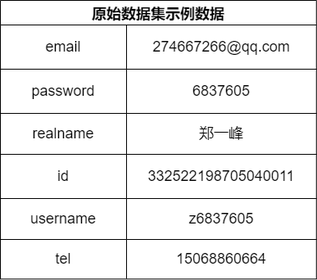
This is dataChange.drawio.png from lakomi/pictures, a draw.io export, as it was before one commit. Source tidied: cells renumbered, new cells last; positions are measured from the earlier drawing's top-left corner, leaving out a move shared by most shapes.
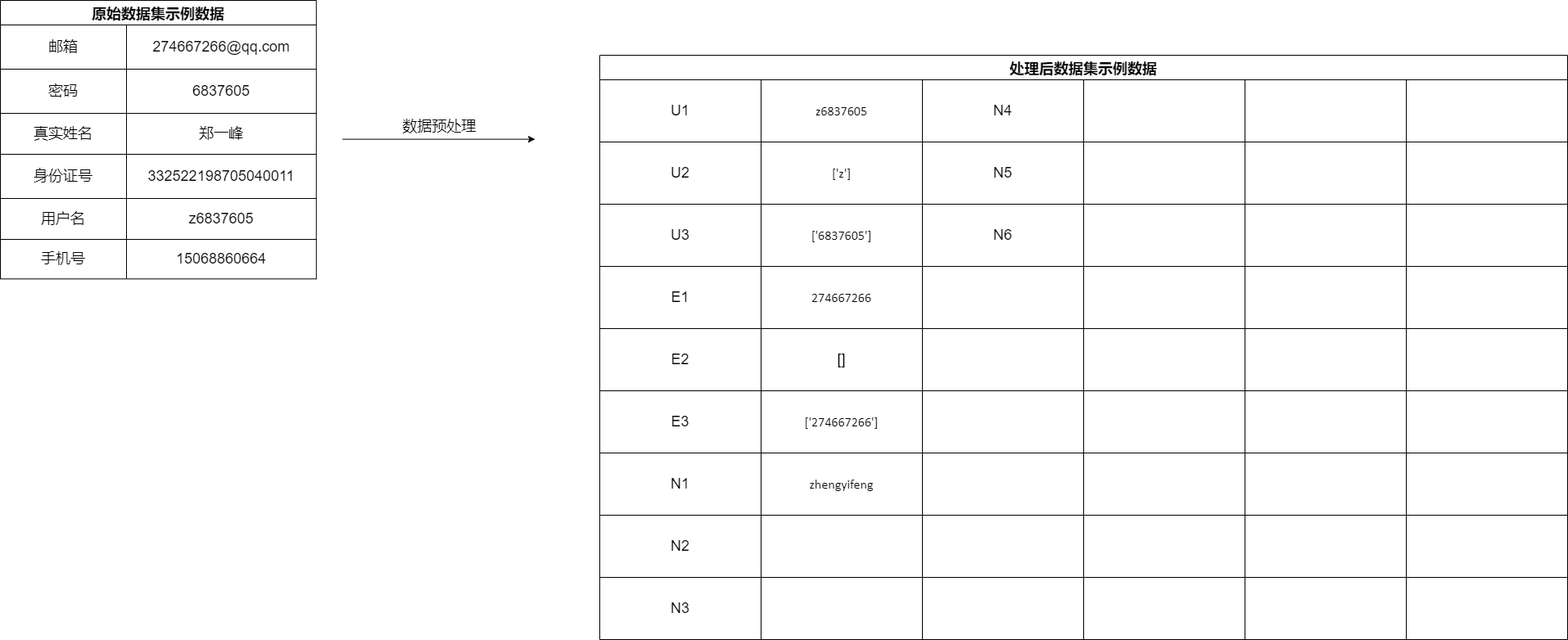
After the commit.

Change to the diagram source:
```diff
@@ -10,3 +10,3 @@
     </mxCell>
-    <mxCell id="4" value="&lt;span&gt;email&lt;/span&gt;" style="shape=partialRectangle;html=1;whiteSpace=wrap;fillColor=none;top=0;left=0;bottom=0;right=0;overflow=hidden;fontSize=18;" parent="3" vertex="1">
+    <mxCell id="4" value="邮箱" style="shape=partialRectangle;html=1;whiteSpace=wrap;fillColor=none;top=0;left=0;bottom=0;right=0;overflow=hidden;fontSize=18;" parent="3" vertex="1">
       <mxGeometry width="154" height="54" as="geometry" />
@@ -19,3 +19,3 @@
     </mxCell>
-    <mxCell id="7" value="&lt;span&gt;password&lt;/span&gt;" style="shape=partialRectangle;html=1;whiteSpace=wrap;fillColor=none;top=0;left=0;bottom=0;right=0;overflow=hidden;fontSize=18;" parent="6" vertex="1">
+    <mxCell id="7" value="&lt;span&gt;密码&lt;/span&gt;" style="shape=partialRectangle;html=1;whiteSpace=wrap;fillColor=none;top=0;left=0;bottom=0;right=0;overflow=hidden;fontSize=18;" parent="6" vertex="1">
       <mxGeometry width="154" height="54" as="geometry" />
@@ -28,3 +28,3 @@
     </mxCell>
-    <mxCell id="10" value="&lt;span&gt;realname&lt;/span&gt;" style="shape=partialRectangle;html=1;whiteSpace=wrap;fillColor=none;top=0;left=0;bottom=0;right=0;overflow=hidden;fontSize=18;" parent="9" vertex="1">
+    <mxCell id="10" value="&lt;span&gt;真实姓名&lt;/span&gt;" style="shape=partialRectangle;html=1;whiteSpace=wrap;fillColor=none;top=0;left=0;bottom=0;right=0;overflow=hidden;fontSize=18;" parent="9" vertex="1">
       <mxGeometry width="154" height="50" as="geometry" />
@@ -37,3 +37,3 @@
     </mxCell>
-    <mxCell id="13" value="&lt;span&gt;id&lt;/span&gt;" style="shape=partialRectangle;html=1;whiteSpace=wrap;fillColor=none;top=0;left=0;bottom=0;right=0;overflow=hidden;fontSize=18;" parent="12" vertex="1">
+    <mxCell id="13" value="身份证号" style="shape=partialRectangle;html=1;whiteSpace=wrap;fillColor=none;top=0;left=0;bottom=0;right=0;overflow=hidden;fontSize=18;" parent="12" vertex="1">
       <mxGeometry width="154" height="54" as="geometry" />
@@ -46,3 +46,3 @@
     </mxCell>
-    <mxCell id="16" value="&lt;span&gt;username&lt;/span&gt;" style="shape=partialRectangle;html=1;whiteSpace=wrap;fillColor=none;top=0;left=0;bottom=0;right=0;overflow=hidden;fontSize=18;" parent="15" vertex="1">
+    <mxCell id="16" value="&lt;span&gt;用户名&lt;/span&gt;" style="shape=partialRectangle;html=1;whiteSpace=wrap;fillColor=none;top=0;left=0;bottom=0;right=0;overflow=hidden;fontSize=18;" parent="15" vertex="1">
       <mxGeometry width="154" height="50" as="geometry" />
@@ -55,3 +55,3 @@
     </mxCell>
-    <mxCell id="19" value="&lt;span&gt;tel&lt;/span&gt;" style="shape=partialRectangle;html=1;whiteSpace=wrap;fillColor=none;top=0;left=0;bottom=0;right=0;overflow=hidden;fontSize=18;" parent="18" vertex="1">
+    <mxCell id="19" value="手机号" style="shape=partialRectangle;html=1;whiteSpace=wrap;fillColor=none;top=0;left=0;bottom=0;right=0;overflow=hidden;fontSize=18;" parent="18" vertex="1">
       <mxGeometry width="154" height="48" as="geometry" />
@@ -61,2 +61,205 @@
     </mxCell>
+    <mxCell id="21" style="endArrow=classic;html=1;rounded=0;fontSize=18;" parent="1" edge="1">
+      <mxGeometry relative="1" as="geometry">
+        <mxPoint x="418" y="169.6" as="sourcePoint" />
+        <mxPoint x="653" y="169.6" as="targetPoint" />
+      </mxGeometry>
+    </mxCell>
+    <mxCell id="22" value="数据预处理" style="edgeLabel;html=1;align=center;verticalAlign=middle;fontSize=18;" parent="21" vertex="1">
+      <mxGeometry relative="1" as="geometry">
+        <mxPoint y="-16" as="offset" />
+      </mxGeometry>
+    </mxCell>
+    <mxCell id="23" value="处理后数据集示例数据" style="shape=table;startSize=30;fontStyle=1;align=center;fontSize=18;" parent="1" vertex="1">
+      <mxGeometry x="732" y="67" width="1182" height="714" as="geometry" />
+    </mxCell>
+    <mxCell id="24" style="shape=tableRow;horizontal=0;startSize=0;swimlaneHead=0;swimlaneBody=0;top=0;left=0;bottom=0;right=0;fillColor=none;fontSize=18;" parent="23" vertex="1">
+      <mxGeometry y="30" width="1182" height="76" as="geometry" />
+    </mxCell>
+    <mxCell id="25" value="U1" style="shape=partialRectangle;html=1;whiteSpace=wrap;fillColor=none;top=0;left=0;bottom=0;right=0;overflow=hidden;fontSize=18;" parent="24" vertex="1">
+      <mxGeometry width="197" height="76" as="geometry" />
+    </mxCell>
+    <mxCell id="26" value="&lt;p class=&quot;MsoNormal&quot;&gt;&lt;span style=&quot;font-family: &amp;#34;calibri&amp;#34; ; font-size: 12.0000pt&quot;&gt;z6837605&lt;/span&gt;&lt;/p&gt;" style="shape=partialRectangle;html=1;whiteSpace=wrap;fillColor=none;top=0;left=0;bottom=0;right=0;overflow=hidden;fontSize=18;" parent="24" vertex="1">
+      <mxGeometry x="197" width="197" height="76" as="geometry" />
+    </mxCell>
+    <mxCell id="27" value="&lt;span&gt;N4&lt;/span&gt;" style="shape=partialRectangle;html=1;whiteSpace=wrap;fillColor=none;top=0;left=0;bottom=0;right=0;overflow=hidden;fontSize=18;" parent="24" vertex="1">
+      <mxGeometry x="394" width="197" height="76" as="geometry" />
+    </mxCell>
+    <mxCell id="28" value="&lt;p class=&quot;MsoNormal&quot;&gt;&lt;br&gt;&lt;/p&gt;" style="shape=partialRectangle;html=1;whiteSpace=wrap;fillColor=none;top=0;left=0;bottom=0;right=0;overflow=hidden;fontSize=18;" parent="24" vertex="1">
+      <mxGeometry x="591" width="197" height="76" as="geometry" />
+    </mxCell>
+    <mxCell id="29" style="shape=partialRectangle;html=1;whiteSpace=wrap;fillColor=none;top=0;left=0;bottom=0;right=0;overflow=hidden;fontSize=18;" parent="24" vertex="1">
+      <mxGeometry x="788" width="197" height="76" as="geometry" />
+    </mxCell>
+    <mxCell id="30" style="shape=partialRectangle;html=1;whiteSpace=wrap;fillColor=none;top=0;left=0;bottom=0;right=0;overflow=hidden;fontSize=18;" parent="24" vertex="1">
+      <mxGeometry x="985" width="197" height="76" as="geometry" />
+    </mxCell>
+    <mxCell id="31" style="shape=tableRow;horizontal=0;startSize=0;swimlaneHead=0;swimlaneBody=0;top=0;left=0;bottom=0;right=0;fillColor=none;fontSize=18;" parent="23" vertex="1">
+      <mxGeometry y="106" width="1182" height="76" as="geometry" />
+    </mxCell>
+    <mxCell id="32" value="U2" style="shape=partialRectangle;html=1;whiteSpace=wrap;fillColor=none;top=0;left=0;bottom=0;right=0;overflow=hidden;fontSize=18;" parent="31" vertex="1">
+      <mxGeometry width="197" height="76" as="geometry" />
+    </mxCell>
+    <mxCell id="33" value="&lt;p class=&quot;MsoNormal&quot;&gt;&lt;span style=&quot;font-family: &amp;#34;calibri&amp;#34; ; font-size: 12.0000pt&quot;&gt;['z']&lt;/span&gt;&lt;/p&gt;" style="shape=partialRectangle;html=1;whiteSpace=wrap;fillColor=none;top=0;left=0;bottom=0;right=0;overflow=hidden;fontSize=18;" parent="31" vertex="1">
+      <mxGeometry x="197" width="197" height="76" as="geometry" />
+    </mxCell>
+    <mxCell id="34" value="&lt;span&gt;N5&lt;/span&gt;" style="shape=partialRectangle;html=1;whiteSpace=wrap;fillColor=none;top=0;left=0;bottom=0;right=0;overflow=hidden;fontSize=18;" parent="31" vertex="1">
+      <mxGeometry x="394" width="197" height="76" as="geometry" />
+    </mxCell>
+    <mxCell id="35" value="&lt;p class=&quot;MsoNormal&quot;&gt;&lt;br&gt;&lt;/p&gt;" style="shape=partialRectangle;html=1;whiteSpace=wrap;fillColor=none;top=0;left=0;bottom=0;right=0;overflow=hidden;fontSize=18;" parent="31" vertex="1">
+      <mxGeometry x="591" width="197" height="76" as="geometry" />
+    </mxCell>
+    <mxCell id="36" style="shape=partialRectangle;html=1;whiteSpace=wrap;fillColor=none;top=0;left=0;bottom=0;right=0;overflow=hidden;fontSize=18;" parent="31" vertex="1">
+      <mxGeometry x="788" width="197" height="76" as="geometry" />
+    </mxCell>
+    <mxCell id="37" style="shape=partialRectangle;html=1;whiteSpace=wrap;fillColor=none;top=0;left=0;bottom=0;right=0;overflow=hidden;fontSize=18;" parent="31" vertex="1">
+      <mxGeometry x="985" width="197" height="76" as="geometry" />
+    </mxCell>
+    <mxCell id="38" style="shape=tableRow;horizontal=0;startSize=0;swimlaneHead=0;swimlaneBody=0;top=0;left=0;bottom=0;right=0;fillColor=none;fontSize=18;" parent="23" vertex="1">
+      <mxGeometry y="182" width="1182" height="76" as="geometry" />
+    </mxCell>
+    <mxCell id="39" value="U3" style="shape=partialRectangle;html=1;whiteSpace=wrap;fillColor=none;top=0;left=0;bottom=0;right=0;overflow=hidden;fontSize=18;" parent="38" vertex="1">
+      <mxGeometry width="197" height="76" as="geometry" />
+    </mxCell>
+    <mxCell id="40" value="&lt;p class=&quot;MsoNormal&quot;&gt;&lt;span style=&quot;font-family: &amp;#34;calibri&amp;#34; ; font-size: 12.0000pt&quot;&gt;['6837605']&lt;/span&gt;&lt;/p&gt;" style="shape=partialRectangle;html=1;whiteSpace=wrap;fillColor=none;top=0;left=0;bottom=0;right=0;overflow=hidden;fontSize=18;" parent="38" vertex="1">
+      <mxGeometry x="197" width="197" height="76" as="geometry" />
+    </mxCell>
+    <mxCell id="41" value="&lt;span&gt;N6&lt;/span&gt;" style="shape=partialRectangle;html=1;whiteSpace=wrap;fillColor=none;top=0;left=0;bottom=0;right=0;overflow=hidden;fontSize=18;" parent="38" vertex="1">
+      <mxGeometry x="394" width="197" height="76" as="geometry" />
+    </mxCell>
+    <mxCell id="42" style="shape=partialRectangle;html=1;whiteSpace=wrap;fillColor=none;top=0;left=0;bottom=0;right=0;overflow=hidden;fontSize=18;" parent="38" vertex="1">
+      <mxGeometry x="591" width="197" height="76" as="geometry" />
+    </mxCell>
+    <mxCell id="43" style="shape=partialRectangle;html=1;whiteSpace=wrap;fillColor=none;top=0;left=0;bottom=0;right=0;overflow=hidden;fontSize=18;" parent="38" vertex="1">
+      <mxGeometry x="788" width="197" height="76" as="geometry" />
+    </mxCell>
+    <mxCell id="44" style="shape=partialRectangle;html=1;whiteSpace=wrap;fillColor=none;top=0;left=0;bottom=0;right=0;overflow=hidden;fontSize=18;" parent="38" vertex="1">
+      <mxGeometry x="985" width="197" height="76" as="geometry" />
+    </mxCell>
+    <mxCell id="45" style="shape=tableRow;horizontal=0;startSize=0;swimlaneHead=0;swimlaneBody=0;top=0;left=0;bottom=0;right=0;fillColor=none;fontSize=18;" parent="23" vertex="1">
+      <mxGeometry y="258" width="1182" height="76" as="geometry" />
+    </mxCell>
+    <mxCell id="46" value="E1" style="shape=partialRectangle;html=1;whiteSpace=wrap;fillColor=none;top=0;left=0;bottom=0;right=0;overflow=hidden;fontSize=18;" parent="45" vertex="1">
+      <mxGeometry width="197" height="76" as="geometry" />
+    </mxCell>
+    <mxCell id="47" value="&lt;p class=&quot;MsoNormal&quot;&gt;&lt;span style=&quot;font-family: &amp;#34;calibri&amp;#34; ; font-size: 12.0000pt&quot;&gt;274667266&lt;/span&gt;&lt;/p&gt;" style="shape=partialRectangle;html=1;whiteSpace=wrap;fillColor=none;top=0;left=0;bottom=0;right=0;overflow=hidden;fontSize=18;" parent="45" vertex="1">
+      <mxGeometry x="197" width="197" height="76" as="geometry" />
+    </mxCell>
+    <mxCell id="48" style="shape=partialRectangle;html=1;whiteSpace=wrap;fillColor=none;top=0;left=0;bottom=0;right=0;overflow=hidden;fontSize=18;" parent="45" vertex="1">
+      <mxGeometry x="394" width="197" height="76" as="geometry" />
+    </mxCell>
+    <mxCell id="49" style="shape=partialRectangle;html=1;whiteSpace=wrap;fillColor=none;top=0;left=0;bottom=0;right=0;overflow=hidden;fontSize=18;" parent="45" vertex="1">
+      <mxGeometry x="591" width="197" height="76" as="geometry" />
+    </mxCell>
+    <mxCell id="50" style="shape=partialRectangle;html=1;whiteSpace=wrap;fillColor=none;top=0;left=0;bottom=0;right=0;overflow=hidden;fontSize=18;" parent="45" vertex="1">
+      <mxGeometry x="788" width="197" height="76" as="geometry" />
+    </mxCell>
+    <mxCell id="51" style="shape=partialRectangle;html=1;whiteSpace=wrap;fillColor=none;top=0;left=0;bottom=0;right=0;overflow=hidden;fontSize=18;" parent="45" vertex="1">
+      <mxGeometry x="985" width="197" height="76" as="geometry" />
+    </mxCell>
+    <mxCell id="52" style="shape=tableRow;horizontal=0;startSize=0;swimlaneHead=0;swimlaneBody=0;top=0;left=0;bottom=0;right=0;fillColor=none;fontSize=18;" parent="23" vertex="1">
+      <mxGeometry y="334" width="1182" height="76" as="geometry" />
+    </mxCell>
+    <mxCell id="53" value="E2" style="shape=partialRectangle;html=1;whiteSpace=wrap;fillColor=none;top=0;left=0;bottom=0;right=0;overflow=hidden;fontSize=18;" parent="52" vertex="1">
+      <mxGeometry width="197" height="76" as="geometry" />
+    </mxCell>
+    <mxCell id="54" value="[]" style="shape=partialRectangle;html=1;whiteSpace=wrap;fillColor=none;top=0;left=0;bottom=0;right=0;overflow=hidden;fontSize=18;" parent="52" vertex="1">
+      <mxGeometry x="197" width="197" height="76" as="geometry" />
+    </mxCell>
+    <mxCell id="55" style="shape=partialRectangle;html=1;whiteSpace=wrap;fillColor=none;top=0;left=0;bottom=0;right=0;overflow=hidden;fontSize=18;" parent="52" vertex="1">
+      <mxGeometry x="394" width="197" height="76" as="geometry" />
+    </mxCell>
+    <mxCell id="56" style="shape=partialRectangle;html=1;whiteSpace=wrap;fillColor=none;top=0;left=0;bottom=0;right=0;overflow=hidden;fontSize=18;" parent="52" vertex="1">
+      <mxGeometry x="591" width="197" height="76" as="geometry" />
+    </mxCell>
+    <mxCell id="57" style="shape=partialRectangle;html=1;whiteSpace=wrap;fillColor=none;top=0;left=0;bottom=0;right=0;overflow=hidden;fontSize=18;" parent="52" vertex="1">
+      <mxGeometry x="788" width="197" height="76" as="geometry" />
+    </mxCell>
+    <mxCell id="58" style="shape=partialRectangle;html=1;whiteSpace=wrap;fillColor=none;top=0;left=0;bottom=0;right=0;overflow=hidden;fontSize=18;" parent="52" vertex="1">
+      <mxGeometry x="985" width="197" height="76" as="geometry" />
+    </mxCell>
+    <mxCell id="59" style="shape=tableRow;horizontal=0;startSize=0;swimlaneHead=0;swimlaneBody=0;top=0;left=0;bottom=0;right=0;fillColor=none;fontSize=18;" parent="23" vertex="1">
+      <mxGeometry y="410" width="1182" height="76" as="geometry" />
+    </mxCell>
+    <mxCell id="60" value="&lt;span&gt;E3&lt;/span&gt;" style="shape=partialRectangle;html=1;whiteSpace=wrap;fillColor=none;top=0;left=0;bottom=0;right=0;overflow=hidden;fontSize=18;" parent="59" vertex="1">
+      <mxGeometry width="197" height="76" as="geometry" />
+    </mxCell>
+    <mxCell id="61" value="&lt;span style=&quot;font-family: &amp;#34;calibri&amp;#34; ; font-size: 16px&quot;&gt;['274667266']&lt;/span&gt;" style="shape=partialRectangle;html=1;whiteSpace=wrap;fillColor=none;top=0;left=0;bottom=0;right=0;overflow=hidden;fontSize=18;" parent="59" vertex="1">
+      <mxGeometry x="197" width="197" height="76" as="geometry" />
+    </mxCell>
+    <mxCell id="62" style="shape=partialRectangle;html=1;whiteSpace=wrap;fillColor=none;top=0;left=0;bottom=0;right=0;overflow=hidden;fontSize=18;" parent="59" vertex="1">
+      <mxGeometry x="394" width="197" height="76" as="geometry" />
+    </mxCell>
+    <mxCell id="63" style="shape=partialRectangle;html=1;whiteSpace=wrap;fillColor=none;top=0;left=0;bottom=0;right=0;overflow=hidden;fontSize=18;" parent="59" vertex="1">
+      <mxGeometry x="591" width="197" height="76" as="geometry" />
+    </mxCell>
+    <mxCell id="64" style="shape=partialRectangle;html=1;whiteSpace=wrap;fillColor=none;top=0;left=0;bottom=0;right=0;overflow=hidden;fontSize=18;" parent="59" vertex="1">
+      <mxGeometry x="788" width="197" height="76" as="geometry" />
+    </mxCell>
+    <mxCell id="65" style="shape=partialRectangle;html=1;whiteSpace=wrap;fillColor=none;top=0;left=0;bottom=0;right=0;overflow=hidden;fontSize=18;" parent="59" vertex="1">
+      <mxGeometry x="985" width="197" height="76" as="geometry" />
+    </mxCell>
+    <mxCell id="66" style="shape=tableRow;horizontal=0;startSize=0;swimlaneHead=0;swimlaneBody=0;top=0;left=0;bottom=0;right=0;fillColor=none;fontSize=18;" parent="23" vertex="1">
+      <mxGeometry y="486" width="1182" height="76" as="geometry" />
+    </mxCell>
+    <mxCell id="67" value="&lt;span&gt;N1&lt;/span&gt;" style="shape=partialRectangle;html=1;whiteSpace=wrap;fillColor=none;top=0;left=0;bottom=0;right=0;overflow=hidden;fontSize=18;" parent="66" vertex="1">
+      <mxGeometry width="197" height="76" as="geometry" />
+    </mxCell>
+    <mxCell id="68" value="&lt;span style=&quot;font-family: &amp;#34;calibri&amp;#34; ; font-size: 16px&quot;&gt;zhengyifeng&lt;/span&gt;" style="shape=partialRectangle;html=1;whiteSpace=wrap;fillColor=none;top=0;left=0;bottom=0;right=0;overflow=hidden;fontSize=18;" parent="66" vertex="1">
+      <mxGeometry x="197" width="197" height="76" as="geometry" />
+    </mxCell>
+    <mxCell id="69" style="shape=partialRectangle;html=1;whiteSpace=wrap;fillColor=none;top=0;left=0;bottom=0;right=0;overflow=hidden;fontSize=18;" parent="66" vertex="1">
+      <mxGeometry x="394" width="197" height="76" as="geometry" />
+    </mxCell>
+    <mxCell id="70" style="shape=partialRectangle;html=1;whiteSpace=wrap;fillColor=none;top=0;left=0;bottom=0;right=0;overflow=hidden;fontSize=18;" parent="66" vertex="1">
+      <mxGeometry x="591" width="197" height="76" as="geometry" />
+    </mxCell>
+    <mxCell id="71" style="shape=partialRectangle;html=1;whiteSpace=wrap;fillColor=none;top=0;left=0;bottom=0;right=0;overflow=hidden;fontSize=18;" parent="66" vertex="1">
+      <mxGeometry x="788" width="197" height="76" as="geometry" />
+    </mxCell>
+    <mxCell id="72" style="shape=partialRectangle;html=1;whiteSpace=wrap;fillColor=none;top=0;left=0;bottom=0;right=0;overflow=hidden;fontSize=18;" parent="66" vertex="1">
+      <mxGeometry x="985" width="197" height="76" as="geometry" />
+    </mxCell>
+    <mxCell id="73" style="shape=tableRow;horizontal=0;startSize=0;swimlaneHead=0;swimlaneBody=0;top=0;left=0;bottom=0;right=0;fillColor=none;fontSize=18;" parent="23" vertex="1">
+      <mxGeometry y="562" width="1182" height="76" as="geometry" />
+    </mxCell>
+    <mxCell id="74" value="&lt;span&gt;N2&lt;/span&gt;" style="shape=partialRectangle;html=1;whiteSpace=wrap;fillColor=none;top=0;left=0;bottom=0;right=0;overflow=hidden;fontSize=18;" parent="73" vertex="1">
+      <mxGeometry width="197" height="76" as="geometry" />
+    </mxCell>
+    <mxCell id="75" style="shape=partialRectangle;html=1;whiteSpace=wrap;fillColor=none;top=0;left=0;bottom=0;right=0;overflow=hidden;fontSize=18;" parent="73" vertex="1">
+      <mxGeometry x="197" width="197" height="76" as="geometry" />
+    </mxCell>
+    <mxCell id="76" style="shape=partialRectangle;html=1;whiteSpace=wrap;fillColor=none;top=0;left=0;bottom=0;right=0;overflow=hidden;fontSize=18;" parent="73" vertex="1">
+      <mxGeometry x="394" width="197" height="76" as="geometry" />
+    </mxCell>
+    <mxCell id="77" style="shape=partialRectangle;html=1;whiteSpace=wrap;fillColor=none;top=0;left=0;bottom=0;right=0;overflow=hidden;fontSize=18;" parent="73" vertex="1">
+      <mxGeometry x="591" width="197" height="76" as="geometry" />
+    </mxCell>
+    <mxCell id="78" style="shape=partialRectangle;html=1;whiteSpace=wrap;fillColor=none;top=0;left=0;bottom=0;right=0;overflow=hidden;fontSize=18;" parent="73" vertex="1">
+      <mxGeometry x="788" width="197" height="76" as="geometry" />
+    </mxCell>
+    <mxCell id="79" style="shape=partialRectangle;html=1;whiteSpace=wrap;fillColor=none;top=0;left=0;bottom=0;right=0;overflow=hidden;fontSize=18;" parent="73" vertex="1">
+      <mxGeometry x="985" width="197" height="76" as="geometry" />
+    </mxCell>
+    <mxCell id="80" style="shape=tableRow;horizontal=0;startSize=0;swimlaneHead=0;swimlaneBody=0;top=0;left=0;bottom=0;right=0;fillColor=none;fontSize=18;" parent="23" vertex="1">
+      <mxGeometry y="638" width="1182" height="76" as="geometry" />
+    </mxCell>
+    <mxCell id="81" value="&lt;span&gt;N3&lt;/span&gt;" style="shape=partialRectangle;html=1;whiteSpace=wrap;fillColor=none;top=0;left=0;bottom=0;right=0;overflow=hidden;fontSize=18;" parent="80" vertex="1">
+      <mxGeometry width="197" height="76" as="geometry" />
+    </mxCell>
+    <mxCell id="82" style="shape=partialRectangle;html=1;whiteSpace=wrap;fillColor=none;top=0;left=0;bottom=0;right=0;overflow=hidden;fontSize=18;" parent="80" vertex="1">
+      <mxGeometry x="197" width="197" height="76" as="geometry" />
+    </mxCell>
+    <mxCell id="83" style="shape=partialRectangle;html=1;whiteSpace=wrap;fillColor=none;top=0;left=0;bottom=0;right=0;overflow=hidden;fontSize=18;" parent="80" vertex="1">
+      <mxGeometry x="394" width="197" height="76" as="geometry" />
+    </mxCell>
+    <mxCell id="84" style="shape=partialRectangle;html=1;whiteSpace=wrap;fillColor=none;top=0;left=0;bottom=0;right=0;overflow=hidden;fontSize=18;" parent="80" vertex="1">
+      <mxGeometry x="591" width="197" height="76" as="geometry" />
+    </mxCell>
+    <mxCell id="85" style="shape=partialRectangle;html=1;whiteSpace=wrap;fillColor=none;top=0;left=0;bottom=0;right=0;overflow=hidden;fontSize=18;" parent="80" vertex="1">
+      <mxGeometry x="788" width="197" height="76" as="geometry" />
+    </mxCell>
+    <mxCell id="86" style="shape=partialRectangle;html=1;whiteSpace=wrap;fillColor=none;top=0;left=0;bottom=0;right=0;overflow=hidden;fontSize=18;" parent="80" vertex="1">
+      <mxGeometry x="985" width="197" height="76" as="geometry" />
+    </mxCell>
   </root>
```
